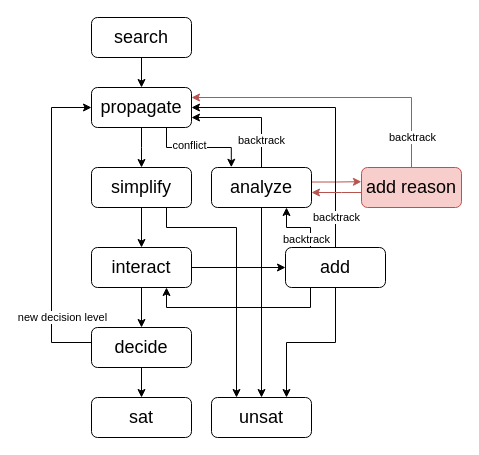
hchenqide/Thesis keeps this draw.io diagram as figure/analyze.drawio. Above is the earlier version. Source tidied: cells renumbered, new cells numbered last; positions are measured from the earlier drawing's top-left corner, leaving out a move shared by most shapes. Both pictures are drawn from the tidied source at 100%, with x=0, y=0 at pixel (51, 17).
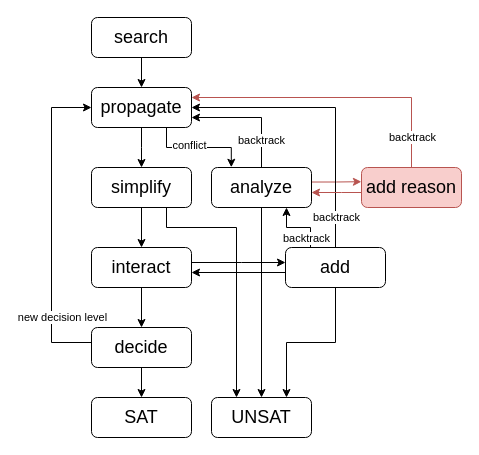
The same diagram, later.

The change refers to these unchanged cells:
```xml
<mxCell id="24" value="&lt;font style=&quot;font-size: 18px;&quot;&gt;interact&lt;/font&gt;" style="rounded=1;whiteSpace=wrap;html=1;" parent="1" vertex="1">
  <mxGeometry x="40" y="230" width="100" height="40" as="geometry" />
</mxCell>
<mxCell id="26" style="edgeStyle=orthogonalEdgeStyle;rounded=0;jettySize=auto;html=1;exitX=0.25;exitY=0;exitDx=0;exitDy=0;entryX=0.75;entryY=1;entryDx=0;entryDy=0;fillColor=#f8cecc;strokeColor=#000000;" parent="1" edge="1" source="32" target="12">
  <mxGeometry relative="1" as="geometry" />
</mxCell>
<mxCell id="32" value="&lt;font style=&quot;font-size: 18px;&quot;&gt;add&lt;/font&gt;" style="rounded=1;whiteSpace=wrap;html=1;" parent="1" vertex="1">
  <mxGeometry x="234" y="230" width="100" height="40" as="geometry" />
</mxCell>
```

What changed in the source:
```diff
@@
-    <mxCell id="16" value="&lt;font style=&quot;font-size: 18px;&quot;&gt;unsat&lt;/font&gt;" style="rounded=1;whiteSpace=wrap;html=1;" parent="1" vertex="1">
+    <mxCell id="16" value="&lt;font style=&quot;font-size: 18px;&quot;&gt;UNSAT&lt;/font&gt;" style="rounded=1;whiteSpace=wrap;html=1;" parent="1" vertex="1">
       <mxGeometry x="160" y="380" width="100" height="40" as="geometry" />
     </mxCell>
-    <mxCell id="17" value="&lt;font style=&quot;font-size: 18px;&quot;&gt;sat&lt;/font&gt;" style="rounded=1;whiteSpace=wrap;html=1;" parent="1" vertex="1">
+    <mxCell id="17" value="&lt;font style=&quot;font-size: 18px;&quot;&gt;SAT&lt;/font&gt;" style="rounded=1;whiteSpace=wrap;html=1;" parent="1" vertex="1">
       <mxGeometry x="40" y="380" width="100" height="40" as="geometry" />
     </mxCell>
@@
-    <mxCell id="23" style="edgeStyle=orthogonalEdgeStyle;rounded=0;jettySize=auto;html=1;exitX=1;exitY=0.5;exitDx=0;exitDy=0;entryX=0;entryY=0.5;entryDx=0;entryDy=0;fillColor=#f8cecc;strokeColor=#000000;" parent="1" edge="1" source="24" target="32">
-      <mxGeometry relative="1" as="geometry" />
+    <mxCell id="23" style="edgeStyle=orthogonalEdgeStyle;rounded=0;orthogonalLoop=1;jettySize=auto;html=1;exitX=1;exitY=0.5;exitDx=0;exitDy=0;entryX=0;entryY=0.5;entryDx=0;entryDy=0;fillColor=#f8cecc;strokeColor=#000000;" parent="1" edge="1">
+      <mxGeometry relative="1" as="geometry">
+        <mxPoint x="140" y="245" as="sourcePoint" />
+        <mxPoint x="234" y="245" as="targetPoint" />
+        <Array as="points">
+          <mxPoint x="190" y="245" />
+          <mxPoint x="190" y="245" />
+        </Array>
+      </mxGeometry>
     </mxCell>
@@
     <mxCell id="27" value="backtrack" style="edgeLabel;html=1;align=center;verticalAlign=middle;" parent="26" vertex="1">
       <mxGeometry x="-0.75" y="2" relative="1" as="geometry">
-        <mxPoint x="-3" y="-1" as="offset" />
+        <mxPoint x="-3" y="-2" as="offset" />
       </mxGeometry>
     </mxCell>
-    <mxCell id="28" style="edgeStyle=orthogonalEdgeStyle;rounded=0;jettySize=auto;html=1;exitX=0.25;exitY=1;exitDx=0;exitDy=0;entryX=0.75;entryY=1;entryDx=0;entryDy=0;fillColor=#f8cecc;strokeColor=#000000;" parent="1" edge="1" source="32" target="24">
-      <mxGeometry relative="1" as="geometry" />
-    </mxCell>
@@
+    <mxCell id="37" style="edgeStyle=orthogonalEdgeStyle;rounded=0;orthogonalLoop=1;jettySize=auto;html=1;exitX=0;exitY=0.75;exitDx=0;exitDy=0;entryX=1;entryY=0.75;entryDx=0;entryDy=0;" parent="1" edge="1">
+      <mxGeometry relative="1" as="geometry">
+        <mxPoint x="234" y="255" as="sourcePoint" />
+        <mxPoint x="140" y="255" as="targetPoint" />
+      </mxGeometry>
+    </mxCell>
```
